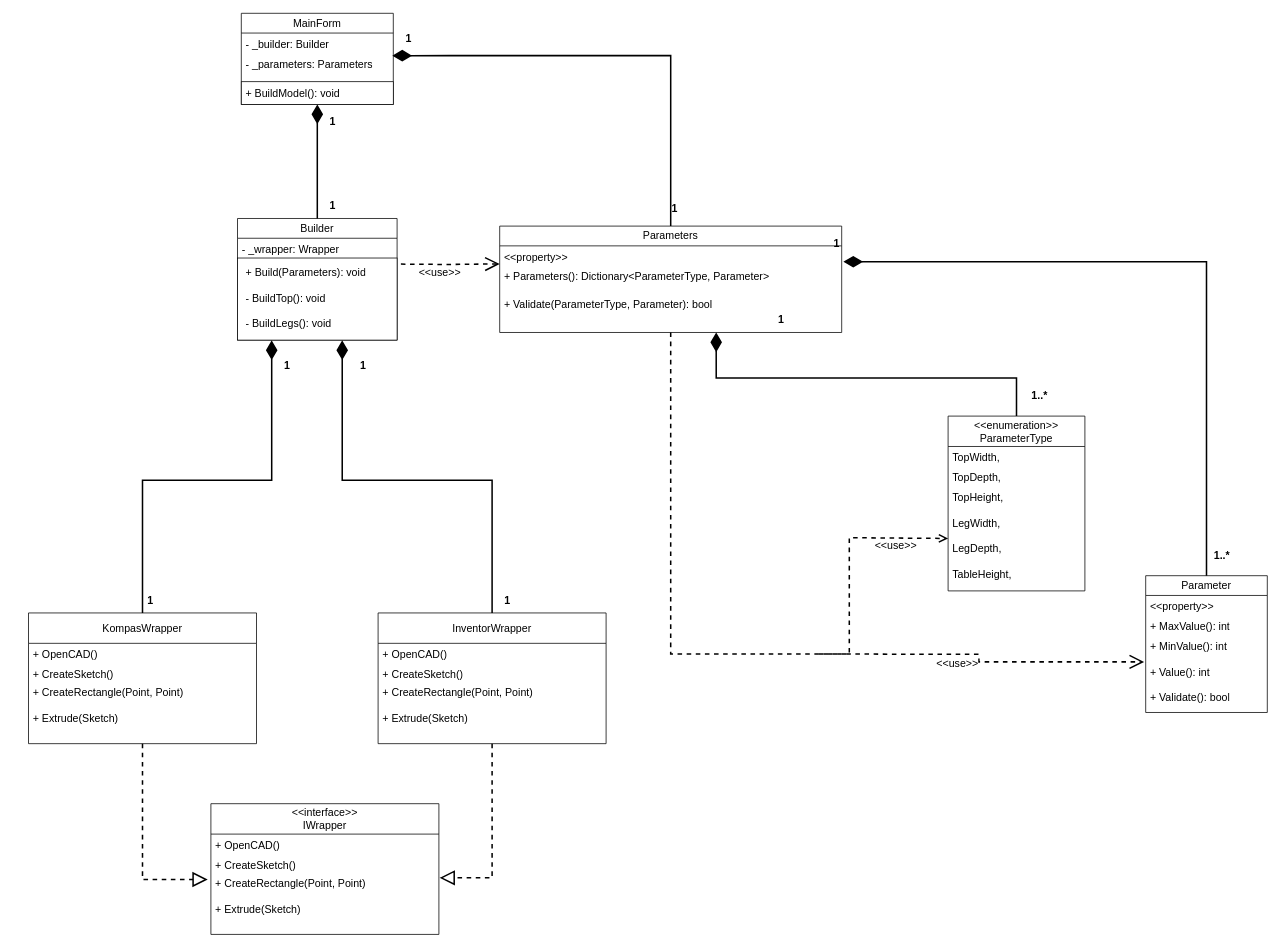
isaacparson/kompas_table_plugin keeps this draw.io diagram as docs/ПС_ДК.drawio. Above is the earlier version. Source tidied: cells renumbered, new cells numbered last; positions are measured from the earlier drawing's top-left corner, leaving out a move shared by most shapes. Both pictures are drawn from the tidied source at 76%, with x=0, y=0 at pixel (28, 13).
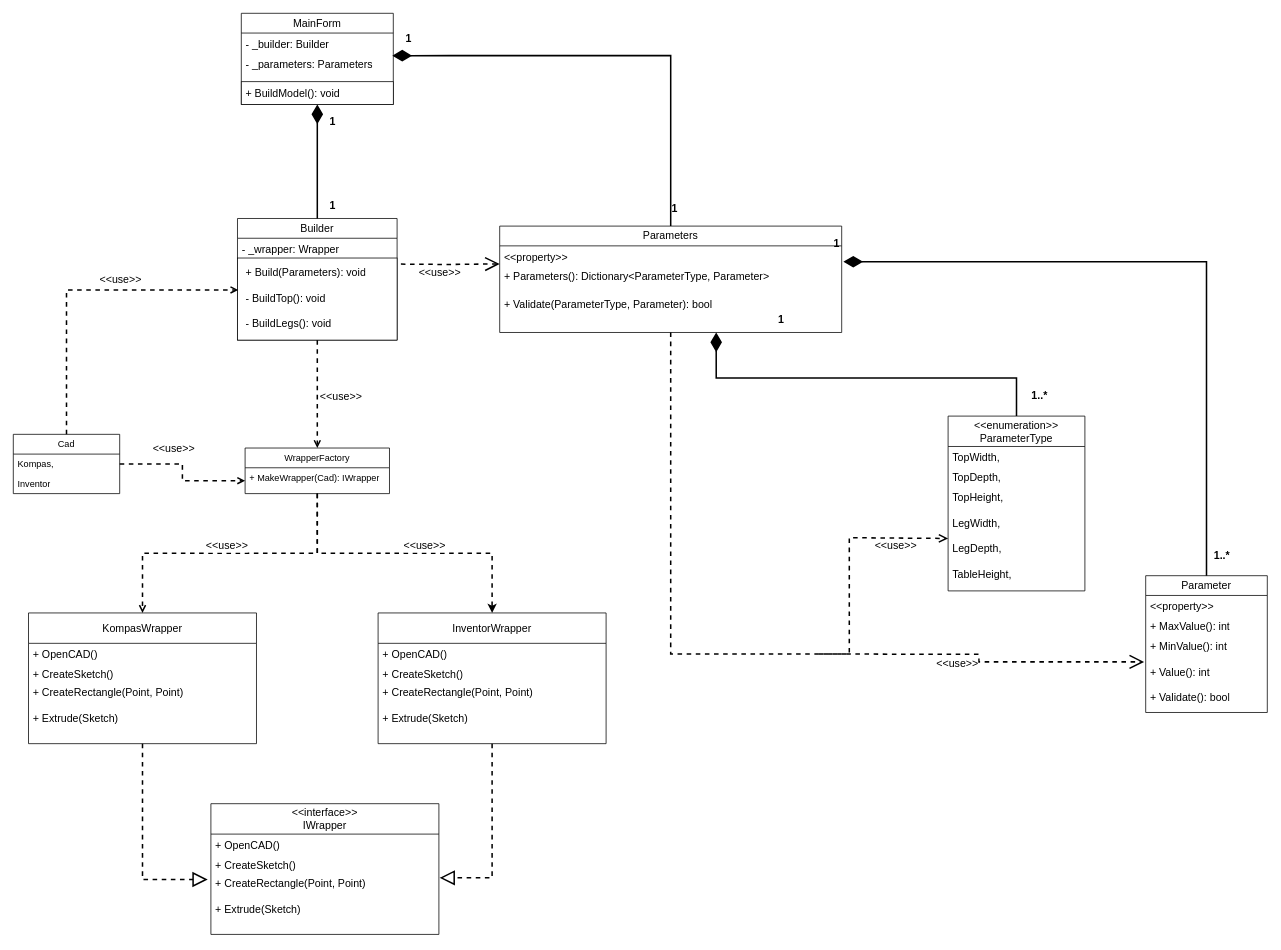
After the change.

Unchanged cells that the change refers to:
```xml
<mxCell id="23" value="Builder" style="swimlane;fontStyle=0;horizontal=1;startSize=26;fillColor=none;whiteSpace=wrap;html=1;fontSize=14;" parent="1" vertex="1">
  <mxGeometry x="275" y="270" width="210" height="160" as="geometry" />
</mxCell>
<mxCell id="35" value="+ Build(Parameters): void&lt;div&gt;&lt;br&gt;&lt;/div&gt;&lt;div&gt;- BuildTop(): void&lt;/div&gt;&lt;div&gt;&lt;br&gt;&lt;/div&gt;&lt;div&gt;- BuildLegs(): void&lt;/div&gt;" style="text;strokeColor=none;fillColor=none;align=left;verticalAlign=top;spacingLeft=4;spacingRight=4;overflow=hidden;points=[[0,0.5],[1,0.5]];portConstraint=eastwest;whiteSpace=wrap;html=1;fontSize=14;" parent="1" vertex="1">
  <mxGeometry x="280" y="326" width="200" height="104" as="geometry" />
</mxCell>
<mxCell id="47" value="KompasWrapper" style="swimlane;fontStyle=0;horizontal=1;startSize=40;fillColor=none;whiteSpace=wrap;html=1;fontSize=14;" parent="1" vertex="1">
  <mxGeometry y="789" width="300" height="172" as="geometry" />
</mxCell>
<mxCell id="51" value="InventorWrapper" style="swimlane;fontStyle=0;horizontal=1;startSize=40;fillColor=none;whiteSpace=wrap;html=1;fontSize=14;" parent="1" vertex="1">
  <mxGeometry x="460" y="789" width="300" height="172" as="geometry" />
</mxCell>
```

Change to the diagram source:
```diff
@@
+    <mxCell id="60" style="edgeStyle=orthogonalEdgeStyle;rounded=0;jettySize=auto;html=1;entryX=0.5;entryY=0;entryDx=0;entryDy=0;strokeWidth=2;dashed=1;endArrow=open;endFill=0;" parent="1" edge="1" source="23" target="63">
+      <mxGeometry relative="1" as="geometry" />
+    </mxCell>
@@
-    <mxCell id="34" style="edgeStyle=orthogonalEdgeStyle;rounded=0;jettySize=auto;html=1;entryX=0.2;entryY=1.003;entryDx=0;entryDy=0;strokeWidth=2;endArrow=diamondThin;endFill=1;endSize=20;exitX=0.5;exitY=0;exitDx=0;exitDy=0;entryPerimeter=0;" parent="1" edge="1" source="47" target="35">
-      <mxGeometry relative="1" as="geometry" />
-    </mxCell>
@@
-    <mxCell id="42" value="1" style="text;align=center;fontStyle=1;verticalAlign=middle;spacingLeft=3;spacingRight=3;strokeColor=none;html=1;fontSize=14;" parent="1" vertex="1">
-      <mxGeometry x="300" y="450" width="80" height="26" as="geometry" />
-    </mxCell>
-    <mxCell id="43" value="1" style="text;align=center;fontStyle=1;verticalAlign=middle;spacingLeft=3;spacingRight=3;strokeColor=none;html=1;fontSize=14;" parent="1" vertex="1">
-      <mxGeometry x="120" y="760" width="80" height="26" as="geometry" />
-    </mxCell>
@@
-    <mxCell id="57" style="edgeStyle=orthogonalEdgeStyle;rounded=0;jettySize=auto;html=1;entryX=0.664;entryY=1.003;entryDx=0;entryDy=0;entryPerimeter=0;strokeWidth=2;endArrow=diamondThin;endFill=1;endSize=20;" parent="1" edge="1" source="51" target="35">
-      <mxGeometry relative="1" as="geometry" />
-    </mxCell>
-    <mxCell id="58" value="1" style="text;align=center;fontStyle=1;verticalAlign=middle;spacingLeft=3;spacingRight=3;strokeColor=none;html=1;fontSize=14;" parent="1" vertex="1">
-      <mxGeometry x="400" y="450" width="80" height="26" as="geometry" />
-    </mxCell>
-    <mxCell id="59" value="1" style="text;align=center;fontStyle=1;verticalAlign=middle;spacingLeft=3;spacingRight=3;strokeColor=none;html=1;fontSize=14;" parent="1" vertex="1">
-      <mxGeometry x="590" y="760" width="80" height="26" as="geometry" />
-    </mxCell>
+    <mxCell id="61" style="edgeStyle=orthogonalEdgeStyle;rounded=0;jettySize=auto;html=1;entryX=0.5;entryY=0;entryDx=0;entryDy=0;strokeWidth=2;dashed=1;" parent="1" edge="1" source="63" target="51">
+      <mxGeometry relative="1" as="geometry" />
+    </mxCell>
+    <mxCell id="62" style="edgeStyle=orthogonalEdgeStyle;rounded=0;jettySize=auto;html=1;entryX=0.5;entryY=0;entryDx=0;entryDy=0;strokeWidth=2;dashed=1;endArrow=open;endFill=0;" parent="1" edge="1" source="63" target="47">
+      <mxGeometry relative="1" as="geometry" />
+    </mxCell>
+    <mxCell id="63" value="WrapperFactory" style="swimlane;fontStyle=0;horizontal=1;startSize=26;fillColor=none;whiteSpace=wrap;html=1;" parent="1" vertex="1">
+      <mxGeometry x="285" y="572" width="190" height="60" as="geometry" />
+    </mxCell>
+    <mxCell id="64" value="+ MakeWrapper(Cad): IWrapper" style="text;strokeColor=none;fillColor=none;align=left;verticalAlign=top;spacingLeft=4;spacingRight=4;overflow=hidden;points=[[0,0.5],[1,0.5]];portConstraint=eastwest;whiteSpace=wrap;html=1;" parent="63" vertex="1">
+      <mxGeometry y="26" width="190" height="34" as="geometry" />
+    </mxCell>
+    <mxCell id="65" value="Cad" style="swimlane;fontStyle=0;horizontal=1;startSize=26;fillColor=none;whiteSpace=wrap;html=1;" parent="1" vertex="1">
+      <mxGeometry x="-20" y="554" width="140" height="78" as="geometry" />
+    </mxCell>
+    <mxCell id="66" value="Kompas," style="text;strokeColor=none;fillColor=none;align=left;verticalAlign=top;spacingLeft=4;spacingRight=4;overflow=hidden;points=[[0,0.5],[1,0.5]];portConstraint=eastwest;whiteSpace=wrap;html=1;" parent="65" vertex="1">
+      <mxGeometry y="26" width="140" height="26" as="geometry" />
+    </mxCell>
+    <mxCell id="67" value="Inventor" style="text;strokeColor=none;fillColor=none;align=left;verticalAlign=top;spacingLeft=4;spacingRight=4;overflow=hidden;whiteSpace=wrap;html=1;" parent="65" vertex="1">
+      <mxGeometry y="52" width="140" height="26" as="geometry" />
+    </mxCell>
+    <mxCell id="68" style="edgeStyle=orthogonalEdgeStyle;rounded=0;jettySize=auto;html=1;entryX=-0.02;entryY=0.365;entryDx=0;entryDy=0;entryPerimeter=0;dashed=1;strokeWidth=2;endArrow=open;endFill=0;" parent="1" edge="1" source="65" target="35">
+      <mxGeometry relative="1" as="geometry" />
+    </mxCell>
+    <mxCell id="69" value="&amp;lt;&amp;lt;use&amp;gt;&amp;gt;" style="edgeLabel;html=1;align=center;verticalAlign=middle;fontSize=14;" parent="1" vertex="1">
+      <mxGeometry x="120" y="350" as="geometry" />
+    </mxCell>
+    <mxCell id="70" style="edgeStyle=orthogonalEdgeStyle;rounded=0;jettySize=auto;html=1;entryX=0;entryY=0.5;entryDx=0;entryDy=0;strokeWidth=2;dashed=1;endArrow=open;endFill=0;" parent="1" edge="1" source="66" target="64">
+      <mxGeometry relative="1" as="geometry" />
+    </mxCell>
+    <mxCell id="71" value="&amp;lt;&amp;lt;use&amp;gt;&amp;gt;" style="edgeLabel;html=1;align=center;verticalAlign=middle;fontSize=14;" parent="1" vertex="1">
+      <mxGeometry x="560" y="360" as="geometry">
+        <mxPoint x="-370" y="212" as="offset" />
+      </mxGeometry>
+    </mxCell>
+    <mxCell id="72" value="&amp;lt;&amp;lt;use&amp;gt;&amp;gt;" style="edgeLabel;html=1;align=center;verticalAlign=middle;fontSize=14;" parent="1" vertex="1">
+      <mxGeometry x="520" y="700" as="geometry" />
+    </mxCell>
+    <mxCell id="73" value="&amp;lt;&amp;lt;use&amp;gt;&amp;gt;" style="edgeLabel;html=1;align=center;verticalAlign=middle;fontSize=14;" parent="1" vertex="1">
+      <mxGeometry x="260" y="700" as="geometry" />
+    </mxCell>
+    <mxCell id="74" value="&amp;lt;&amp;lt;use&amp;gt;&amp;gt;" style="edgeLabel;html=1;align=center;verticalAlign=middle;fontSize=14;" parent="1" vertex="1">
+      <mxGeometry x="410" y="503" as="geometry" />
+    </mxCell>
```
